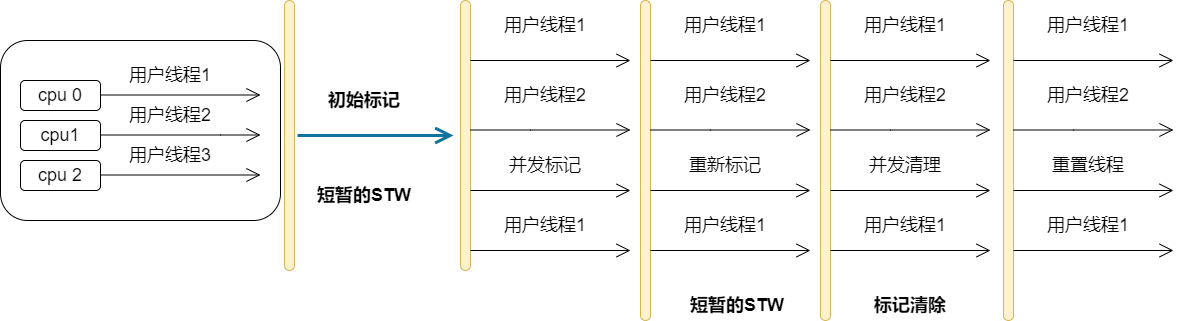
Earlier version of the draw.io export CMS收集器工作流程.png (Langmouren/langxuan). Source tidied: cells renumbered, new cells last; positions are measured from the earlier drawing's top-left corner, leaving out a move shared by most shapes.
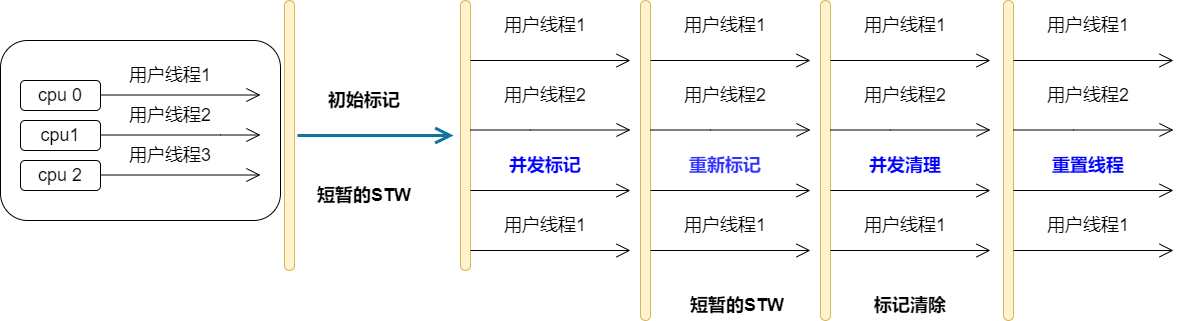
The same diagram one commit later.

Commit message:
Update CMS收集器工作流程.png

What changed in the source:
```diff
@@ -94,7 +94,7 @@
     <mxCell id="19" value="用户线程1" style="text;html=1;strokeColor=none;fillColor=none;align=center;verticalAlign=middle;whiteSpace=wrap;rounded=0;fontSize=18;" parent="18" vertex="1">
       <mxGeometry width="90" height="10" as="geometry" />
     </mxCell>
-    <mxCell id="20" value="并发标记" style="text;html=1;strokeColor=none;fillColor=none;align=center;verticalAlign=middle;whiteSpace=wrap;rounded=0;fontSize=18;" parent="18" vertex="1">
+    <mxCell id="20" value="并发标记" style="text;html=1;strokeColor=none;fillColor=none;align=center;verticalAlign=middle;whiteSpace=wrap;rounded=0;fontSize=18;labelBorderColor=none;labelBackgroundColor=none;fontColor=#0000FF;fontStyle=1;" parent="18" vertex="1">
       <mxGeometry y="140" width="90" height="10" as="geometry" />
     </mxCell>
     <mxCell id="21" value="用户线程2" style="text;html=1;strokeColor=none;fillColor=none;align=center;verticalAlign=middle;whiteSpace=wrap;rounded=0;fontSize=18;" parent="18" vertex="1">
@@ -152,7 +152,7 @@
     <mxCell id="29" value="用户线程1" style="text;html=1;strokeColor=none;fillColor=none;align=center;verticalAlign=middle;whiteSpace=wrap;rounded=0;fontSize=18;" parent="28" vertex="1">
       <mxGeometry width="90" height="10" as="geometry" />
     </mxCell>
-    <mxCell id="30" value="重新标记" style="text;html=1;strokeColor=none;fillColor=none;align=center;verticalAlign=middle;whiteSpace=wrap;rounded=0;fontSize=18;" parent="28" vertex="1">
+    <mxCell id="30" value="重新标记" style="text;html=1;strokeColor=none;fillColor=none;align=center;verticalAlign=middle;whiteSpace=wrap;rounded=0;fontSize=18;fontStyle=1;fontColor=#3333FF;" parent="28" vertex="1">
       <mxGeometry y="140" width="90" height="10" as="geometry" />
     </mxCell>
     <mxCell id="31" value="用户线程2" style="text;html=1;strokeColor=none;fillColor=none;align=center;verticalAlign=middle;whiteSpace=wrap;rounded=0;fontSize=18;" parent="28" vertex="1">
@@ -210,7 +210,7 @@
     <mxCell id="39" value="用户线程1" style="text;html=1;strokeColor=none;fillColor=none;align=center;verticalAlign=middle;whiteSpace=wrap;rounded=0;fontSize=18;" parent="38" vertex="1">
       <mxGeometry width="90" height="10" as="geometry" />
     </mxCell>
-    <mxCell id="40" value="并发清理" style="text;html=1;strokeColor=none;fillColor=none;align=center;verticalAlign=middle;whiteSpace=wrap;rounded=0;fontSize=18;" parent="38" vertex="1">
+    <mxCell id="40" value="并发清理" style="text;html=1;strokeColor=none;fillColor=none;align=center;verticalAlign=middle;whiteSpace=wrap;rounded=0;fontSize=18;fontStyle=1;fontColor=#0000FF;" parent="38" vertex="1">
       <mxGeometry y="140" width="90" height="10" as="geometry" />
     </mxCell>
     <mxCell id="41" value="用户线程2" style="text;html=1;strokeColor=none;fillColor=none;align=center;verticalAlign=middle;whiteSpace=wrap;rounded=0;fontSize=18;" parent="38" vertex="1">
@@ -268,7 +268,7 @@
     <mxCell id="49" value="用户线程1" style="text;html=1;strokeColor=none;fillColor=none;align=center;verticalAlign=middle;whiteSpace=wrap;rounded=0;fontSize=18;" parent="48" vertex="1">
       <mxGeometry width="90" height="10" as="geometry" />
     </mxCell>
-    <mxCell id="50" value="重置线程" style="text;html=1;strokeColor=none;fillColor=none;align=center;verticalAlign=middle;whiteSpace=wrap;rounded=0;fontSize=18;" parent="48" vertex="1">
+    <mxCell id="50" value="重置线程" style="text;html=1;strokeColor=none;fillColor=none;align=center;verticalAlign=middle;whiteSpace=wrap;rounded=0;fontSize=18;fontStyle=1;fontColor=#0000FF;" parent="48" vertex="1">
       <mxGeometry y="140" width="90" height="10" as="geometry" />
     </mxCell>
     <mxCell id="51" value="用户线程2" style="text;html=1;strokeColor=none;fillColor=none;align=center;verticalAlign=middle;whiteSpace=wrap;rounded=0;fontSize=18;" parent="48" vertex="1">
```
